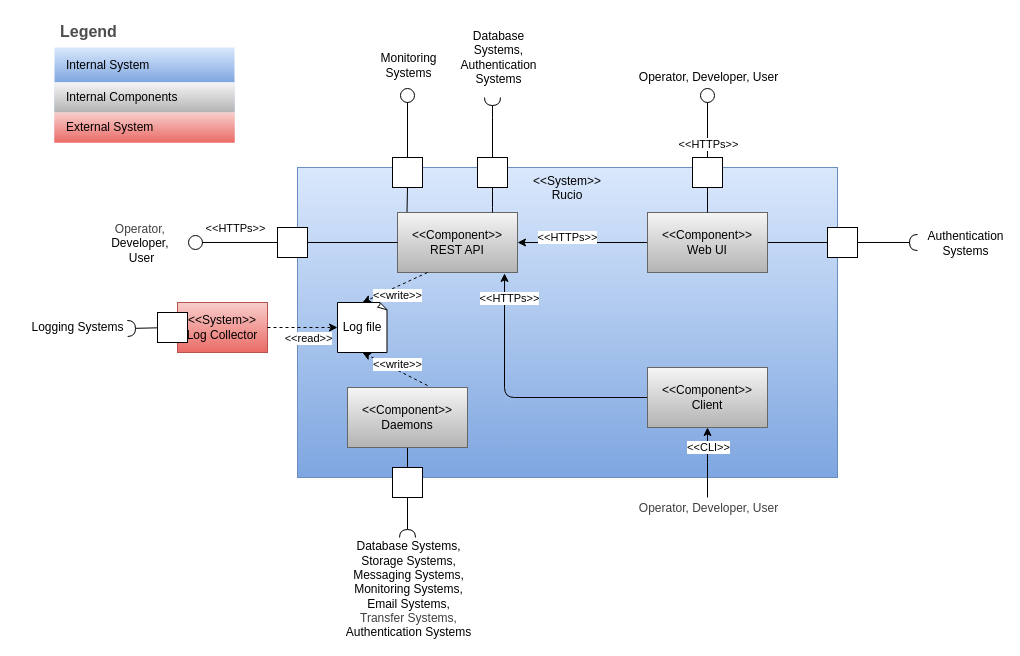
Earlier version of the draw.io diagram diagrams/Building Block Lvl 1 View.drawio (mgajek-cern/architecture-docs). Source tidied: cells renumbered, new cells numbered last; positions are measured from the earlier drawing's top-left corner, leaving out a move shared by most shapes. Both pictures are drawn from the tidied source at 100%, with x=0, y=0 at pixel (17, 17).
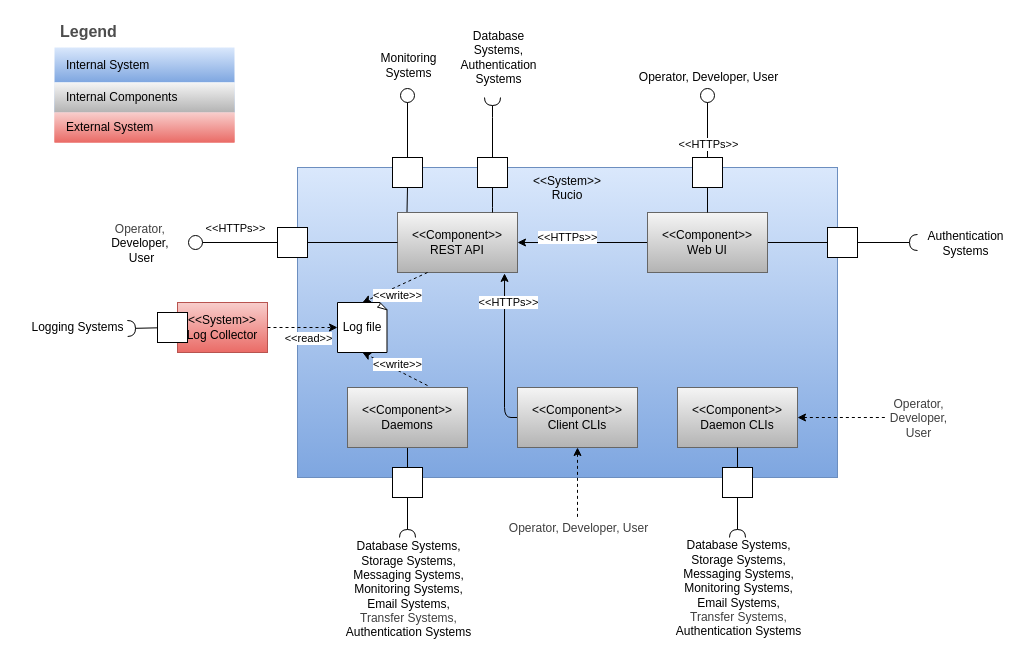
The same diagram, later.

Commit message (it also covers changes not shown here):
docs: distinguish between client and daemon CLIs

Unchanged cells that the change refers to:
```xml
<mxCell id="11" value="&amp;lt;&amp;lt;Component&amp;gt;&amp;gt;&lt;br&gt;REST API" style="rounded=0;whiteSpace=wrap;html=1;fillColor=#f5f5f5;gradientColor=#b3b3b3;strokeColor=#666666;" parent="1" vertex="1">
  <mxGeometry x="380" y="195" width="120" height="60" as="geometry" />
</mxCell>
```

Diff of the diagram source:
```diff
@@
-    <mxCell id="15" style="edgeStyle=orthogonalEdgeStyle;rounded=0;jettySize=auto;html=1;endArrow=none;endFill=0;startArrow=classic;startFill=1;" parent="1" edge="1" source="20">
+    <mxCell id="15" style="edgeStyle=orthogonalEdgeStyle;rounded=0;jettySize=auto;html=1;endArrow=none;endFill=0;startArrow=classic;startFill=1;dashed=1;" parent="1" edge="1" source="20">
       <mxGeometry relative="1" as="geometry">
-        <mxPoint x="690" y="480" as="targetPoint" />
+        <mxPoint x="560" y="500" as="targetPoint" />
       </mxGeometry>
     </mxCell>
-    <mxCell id="16" value="&amp;lt;&amp;lt;CLI&amp;gt;&amp;gt;" style="edgeLabel;html=1;align=center;verticalAlign=middle;" parent="15" vertex="1">
-      <mxGeometry x="0.06" relative="1" as="geometry">
-        <mxPoint y="-17" as="offset" />
-      </mxGeometry>
-    </mxCell>
@@
     <mxCell id="18" style="edgeStyle=orthogonalEdgeStyle;html=1;entryX=0.892;entryY=1.015;entryDx=0;entryDy=0;entryPerimeter=0;" parent="1" edge="1" source="20" target="11">
       <mxGeometry relative="1" as="geometry">
         <Array as="points">
-          <mxPoint x="487" y="380" />
+          <mxPoint x="487" y="400" />
         </Array>
       </mxGeometry>
     </mxCell>
     <mxCell id="19" value="&amp;lt;&amp;lt;HTTPs&amp;gt;&amp;gt;" style="edgeLabel;html=1;align=center;verticalAlign=middle;" parent="18" vertex="1">
       <mxGeometry x="-0.33" y="2" relative="1" as="geometry">
-        <mxPoint x="-50" y="-102" as="offset" />
+        <mxPoint x="5" y="-75" as="offset" />
       </mxGeometry>
     </mxCell>
-    <mxCell id="20" value="&lt;span style=&quot;color: rgb(0, 0, 0);&quot;&gt;&amp;lt;&amp;lt;Component&amp;gt;&amp;gt;&lt;/span&gt;&lt;br&gt;Client" style="rounded=0;whiteSpace=wrap;html=1;fillColor=#f5f5f5;gradientColor=#b3b3b3;strokeColor=#666666;" parent="1" vertex="1">
-      <mxGeometry x="630" y="350" width="120" height="60" as="geometry" />
+    <mxCell id="20" value="&lt;span style=&quot;color: rgb(0, 0, 0);&quot;&gt;&amp;lt;&amp;lt;Component&amp;gt;&amp;gt;&lt;/span&gt;&lt;br&gt;Client CLIs" style="rounded=0;whiteSpace=wrap;html=1;fillColor=#f5f5f5;gradientColor=#b3b3b3;strokeColor=#666666;" parent="1" vertex="1">
+      <mxGeometry x="500" y="370" width="120" height="60" as="geometry" />
     </mxCell>
@@
+    <mxCell id="57" style="edgeStyle=none;html=1;endArrow=none;endFill=0;startArrow=classic;startFill=1;dashed=1;" parent="1" edge="1" source="58">
+      <mxGeometry relative="1" as="geometry">
+        <mxPoint x="870" y="400" as="targetPoint" />
+      </mxGeometry>
+    </mxCell>
+    <mxCell id="58" value="&lt;span style=&quot;color: rgb(0, 0, 0);&quot;&gt;&amp;lt;&amp;lt;Component&amp;gt;&amp;gt;&lt;/span&gt;&lt;br&gt;Daemon CLIs" style="rounded=0;whiteSpace=wrap;html=1;fillColor=#f5f5f5;gradientColor=#b3b3b3;strokeColor=#666666;" parent="1" vertex="1">
+      <mxGeometry x="660" y="370" width="120" height="60" as="geometry" />
+    </mxCell>
+    <mxCell id="59" style="edgeStyle=none;html=1;endArrow=none;endFill=0;" parent="1" edge="1" source="61" target="58">
+      <mxGeometry relative="1" as="geometry" />
+    </mxCell>
+    <mxCell id="60" style="edgeStyle=none;html=1;endArrow=halfCircle;endFill=0;" parent="1" edge="1" source="61">
+      <mxGeometry relative="1" as="geometry">
+        <mxPoint x="720" y="520" as="targetPoint" />
+      </mxGeometry>
+    </mxCell>
+    <mxCell id="61" style="fontStyle=0;labelPosition=right;verticalLabelPosition=middle;align=left;verticalAlign=middle;spacingLeft=2;direction=south;" parent="1" vertex="1">
+      <mxGeometry x="705" y="450" width="30" height="30" as="geometry" />
+    </mxCell>
+    <mxCell id="62" value="&lt;font style=&quot;font-size: 12px;&quot;&gt;&lt;span style=&quot;color: rgb(0, 0, 0);&quot;&gt;Database Systems,&lt;/span&gt;&lt;br&gt;Storage Systems,&lt;/font&gt;&lt;div&gt;&lt;font style=&quot;font-size: 12px;&quot;&gt;Messaging Systems,&lt;br&gt;Monitoring Systems,&lt;/font&gt;&lt;/div&gt;&lt;div&gt;&lt;font style=&quot;font-size: 12px;&quot;&gt;Email Systems,&lt;/font&gt;&lt;/div&gt;&lt;div&gt;&lt;span style=&quot;color: rgb(63, 63, 63);&quot;&gt;&lt;font style=&quot;font-size: 12px;&quot;&gt;Transfer Systems,&lt;br&gt;&lt;/font&gt;&lt;/span&gt;&lt;/div&gt;&lt;div&gt;&lt;span style=&quot;color: rgb(0, 0, 0);&quot;&gt;&lt;font style=&quot;font-size: 12px;&quot;&gt;Authentication Systems&lt;br&gt;&lt;/font&gt;&lt;/span&gt;&lt;/div&gt;" style="edgeLabel;html=1;align=center;verticalAlign=middle;" parent="1" vertex="1">
+      <mxGeometry x="720" y="570" as="geometry" />
+    </mxCell>
+    <mxCell id="63" value="&lt;span style=&quot;color: rgb(63, 63, 63); font-size: 12px;&quot;&gt;Operator, &lt;br&gt;Developer, &lt;br&gt;User&lt;/span&gt;" style="edgeLabel;html=1;align=center;verticalAlign=middle;" parent="1" vertex="1">
+      <mxGeometry x="900" y="400" as="geometry" />
+    </mxCell>
```
